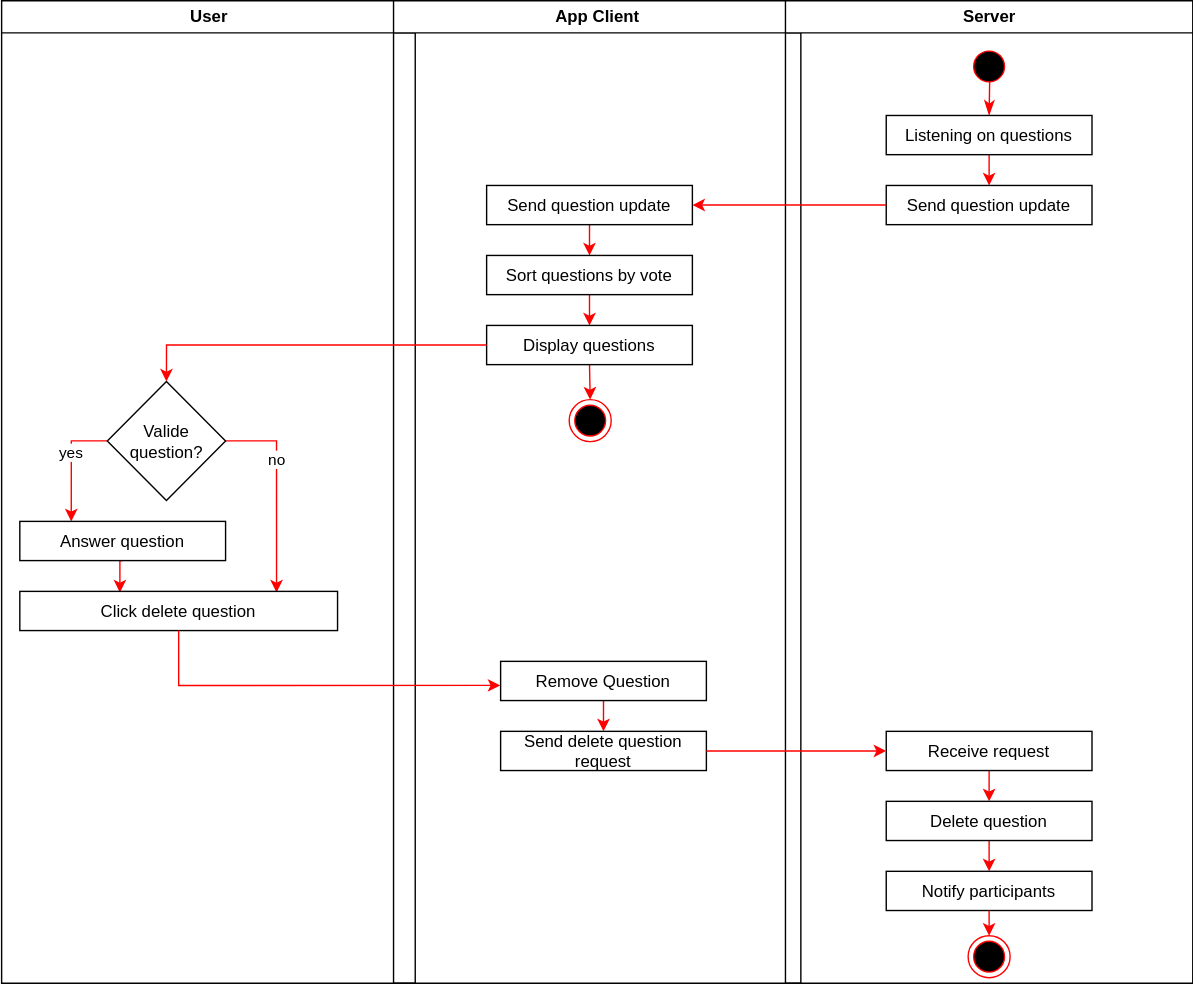
Earlier version of the draw.io export use-cases/activity_diagrams/moderate_a_session.svg (MaxiLambda/LectureFeed-Docs). Source tidied: cells renumbered, new cells last; positions are measured from the earlier drawing's top-left corner, leaving out a move shared by most shapes.
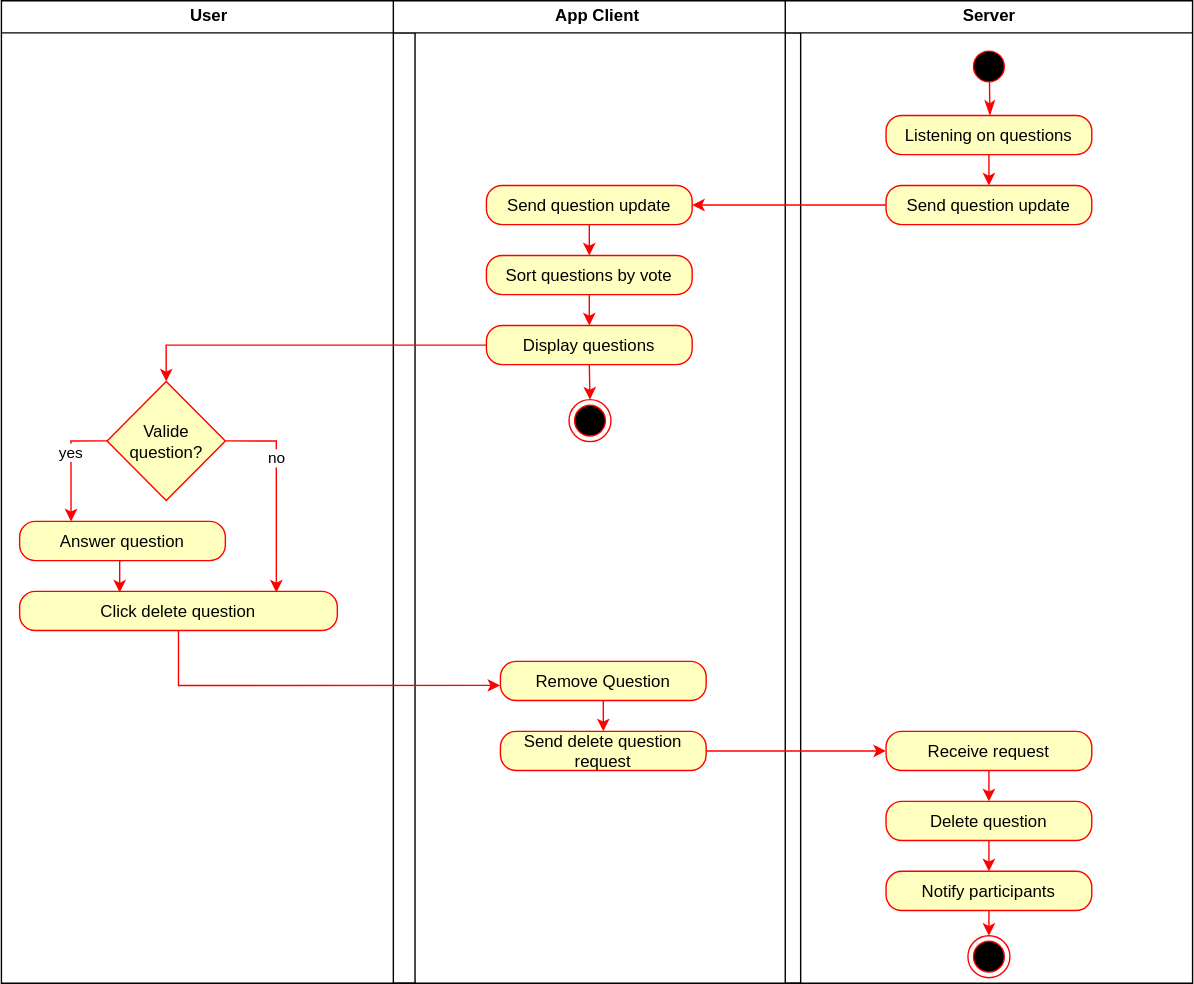
Later version of the same file.

The edit, as a diff of the source:
```diff
@@ -17,16 +17,16 @@
     <mxCell id="6" value="no" style="edgeLabel;html=1;align=center;verticalAlign=middle;" parent="5" vertex="1">
       <mxGeometry x="-0.32" relative="1" as="geometry" />
     </mxCell>
-    <mxCell id="7" value="Valide question?" style="rhombus;whiteSpace=wrap;html=1;" parent="2" vertex="1">
+    <mxCell id="7" value="Valide question?" style="rhombus;whiteSpace=wrap;html=1;strokeColor=#ff0000;fillColor=#ffffc0;" parent="2" vertex="1">
       <mxGeometry x="75.5" y="272" width="84.5" height="85" as="geometry" />
     </mxCell>
     <mxCell id="8" style="edgeStyle=orthogonalEdgeStyle;rounded=0;jettySize=auto;html=1;exitX=0.5;exitY=1;exitDx=0;exitDy=0;entryX=0.315;entryY=0.028;entryDx=0;entryDy=0;entryPerimeter=0;strokeColor=#FF0000;" parent="2" edge="1" source="9" target="10">
       <mxGeometry relative="1" as="geometry" />
     </mxCell>
-    <mxCell id="9" value="Answer question" parent="2" vertex="1">
+    <mxCell id="9" value="Answer question" style="rounded=1;fontColor=#000000;strokeColor=#ff0000;fillColor=#ffffc0;arcSize=40;" parent="2" vertex="1">
       <mxGeometry x="13" y="372" width="147" height="28" as="geometry" />
     </mxCell>
-    <mxCell id="10" value="Click delete question" parent="2" vertex="1">
+    <mxCell id="10" value="Click delete question" style="rounded=1;fontColor=#000000;strokeColor=#ff0000;fillColor=#ffffc0;arcSize=40;" parent="2" vertex="1">
       <mxGeometry x="13" y="422" width="227" height="28" as="geometry" />
     </mxCell>
     <mxCell id="11" value="App Client" style="swimlane;whiteSpace=wrap;startSize=23;" parent="1" vertex="1">
@@ -35,19 +35,19 @@
     <mxCell id="12" style="edgeStyle=orthogonalEdgeStyle;rounded=0;jettySize=auto;html=1;exitX=0.5;exitY=1;exitDx=0;exitDy=0;entryX=0.5;entryY=0;entryDx=0;entryDy=0;strokeColor=#FF0000;" parent="11" edge="1" source="13" target="15">
       <mxGeometry relative="1" as="geometry" />
     </mxCell>
-    <mxCell id="13" value="Send question update" parent="11" vertex="1">
+    <mxCell id="13" value="Send question update" style="rounded=1;fontColor=#000000;strokeColor=#ff0000;fillColor=#ffffc0;arcSize=40;" parent="11" vertex="1">
       <mxGeometry x="66.5" y="132" width="147" height="28" as="geometry" />
     </mxCell>
     <mxCell id="14" style="edgeStyle=orthogonalEdgeStyle;rounded=0;jettySize=auto;html=1;exitX=0.5;exitY=1;exitDx=0;exitDy=0;entryX=0.5;entryY=0;entryDx=0;entryDy=0;strokeColor=#FF0000;" parent="11" edge="1" source="15" target="17">
       <mxGeometry relative="1" as="geometry" />
     </mxCell>
-    <mxCell id="15" value="Sort questions by vote" parent="11" vertex="1">
+    <mxCell id="15" value="Sort questions by vote" style="rounded=1;fontColor=#000000;strokeColor=#ff0000;fillColor=#ffffc0;arcSize=40;" parent="11" vertex="1">
       <mxGeometry x="66.5" y="182" width="147" height="28" as="geometry" />
     </mxCell>
     <mxCell id="16" style="edgeStyle=orthogonalEdgeStyle;rounded=0;jettySize=auto;html=1;exitX=0.5;exitY=1;exitDx=0;exitDy=0;entryX=0.5;entryY=0;entryDx=0;entryDy=0;strokeColor=#FF0000;" parent="11" edge="1" source="17" target="18">
       <mxGeometry relative="1" as="geometry" />
     </mxCell>
-    <mxCell id="17" value="Display questions" parent="11" vertex="1">
+    <mxCell id="17" value="Display questions" style="rounded=1;fontColor=#000000;strokeColor=#ff0000;fillColor=#ffffc0;arcSize=40;" parent="11" vertex="1">
       <mxGeometry x="66.5" y="232" width="147" height="28" as="geometry" />
     </mxCell>
     <mxCell id="18" style="ellipse;html=1;shape=endState;fillColor=#000000;strokeColor=#ff0000;" parent="11" vertex="1">
@@ -56,10 +56,10 @@
     <mxCell id="19" style="edgeStyle=orthogonalEdgeStyle;rounded=0;jettySize=auto;html=1;exitX=0.5;exitY=1;exitDx=0;exitDy=0;entryX=0.5;entryY=0;entryDx=0;entryDy=0;strokeColor=#FF0000;" parent="11" edge="1" source="20" target="21">
       <mxGeometry relative="1" as="geometry" />
     </mxCell>
-    <mxCell id="20" value="Remove Question" parent="11" vertex="1">
+    <mxCell id="20" value="Remove Question" style="rounded=1;fontColor=#000000;strokeColor=#ff0000;fillColor=#ffffc0;arcSize=40;" parent="11" vertex="1">
       <mxGeometry x="76.5" y="472" width="147" height="28" as="geometry" />
     </mxCell>
-    <mxCell id="21" value="Send delete question&#10;request" parent="11" vertex="1">
+    <mxCell id="21" value="Send delete question&#10;request" style="rounded=1;fontColor=#000000;strokeColor=#ff0000;fillColor=#ffffc0;arcSize=40;" parent="11" vertex="1">
       <mxGeometry x="76.5" y="522" width="147" height="28" as="geometry" />
     </mxCell>
     <mxCell id="22" value="Server" style="swimlane;whiteSpace=wrap;startSize=23;" parent="1" vertex="1">
@@ -74,16 +74,16 @@
     <mxCell id="25" style="edgeStyle=orthogonalEdgeStyle;rounded=0;jettySize=auto;html=1;exitX=0.5;exitY=1;exitDx=0;exitDy=0;entryX=0.5;entryY=0;entryDx=0;entryDy=0;strokeColor=#FF0000;" parent="22" edge="1" source="26" target="27">
       <mxGeometry relative="1" as="geometry" />
     </mxCell>
-    <mxCell id="26" value="Listening on questions" parent="22" vertex="1">
+    <mxCell id="26" value="Listening on questions" style="rounded=1;fontColor=#000000;strokeColor=#ff0000;fillColor=#ffffc0;arcSize=40;" parent="22" vertex="1">
       <mxGeometry x="72" y="82" width="147" height="28" as="geometry" />
     </mxCell>
-    <mxCell id="27" value="Send question update" parent="22" vertex="1">
+    <mxCell id="27" value="Send question update" style="rounded=1;fontColor=#000000;strokeColor=#ff0000;fillColor=#ffffc0;arcSize=40;" parent="22" vertex="1">
       <mxGeometry x="72" y="132" width="147" height="28" as="geometry" />
     </mxCell>
     <mxCell id="28" style="edgeStyle=orthogonalEdgeStyle;rounded=0;jettySize=auto;html=1;exitX=0.5;exitY=1;exitDx=0;exitDy=0;entryX=0.5;entryY=0;entryDx=0;entryDy=0;strokeColor=#FF0000;" parent="22" edge="1" source="29" target="32">
       <mxGeometry relative="1" as="geometry" />
     </mxCell>
-    <mxCell id="29" value="Receive request" parent="22" vertex="1">
+    <mxCell id="29" value="Receive request" style="rounded=1;fontColor=#000000;strokeColor=#ff0000;fillColor=#ffffc0;arcSize=40;" parent="22" vertex="1">
       <mxGeometry x="72" y="522" width="147" height="28" as="geometry" />
     </mxCell>
     <mxCell id="30" style="ellipse;html=1;shape=endState;fillColor=#000000;strokeColor=#ff0000;" parent="22" vertex="1">
@@ -92,10 +92,10 @@
     <mxCell id="31" style="edgeStyle=orthogonalEdgeStyle;rounded=0;jettySize=auto;html=1;exitX=0.5;exitY=1;exitDx=0;exitDy=0;entryX=0.5;entryY=0;entryDx=0;entryDy=0;strokeColor=#FF0000;" parent="22" edge="1" source="32" target="33">
       <mxGeometry relative="1" as="geometry" />
     </mxCell>
-    <mxCell id="32" value="Delete question" parent="22" vertex="1">
+    <mxCell id="32" value="Delete question" style="rounded=1;fontColor=#000000;strokeColor=#ff0000;fillColor=#ffffc0;arcSize=40;" parent="22" vertex="1">
       <mxGeometry x="72" y="572" width="147" height="28" as="geometry" />
     </mxCell>
-    <mxCell id="33" value="Notify participants" parent="22" vertex="1">
+    <mxCell id="33" value="Notify participants" style="rounded=1;fontColor=#000000;strokeColor=#ff0000;fillColor=#ffffc0;arcSize=40;" parent="22" vertex="1">
       <mxGeometry x="72" y="622" width="147" height="28" as="geometry" />
     </mxCell>
     <mxCell id="34" style="edgeStyle=orthogonalEdgeStyle;rounded=0;jettySize=auto;html=1;exitX=0.5;exitY=1;exitDx=0;exitDy=0;strokeColor=#FF0000;entryX=0.5;entryY=0;entryDx=0;entryDy=0;" parent="22" edge="1" source="33" target="30">
```
